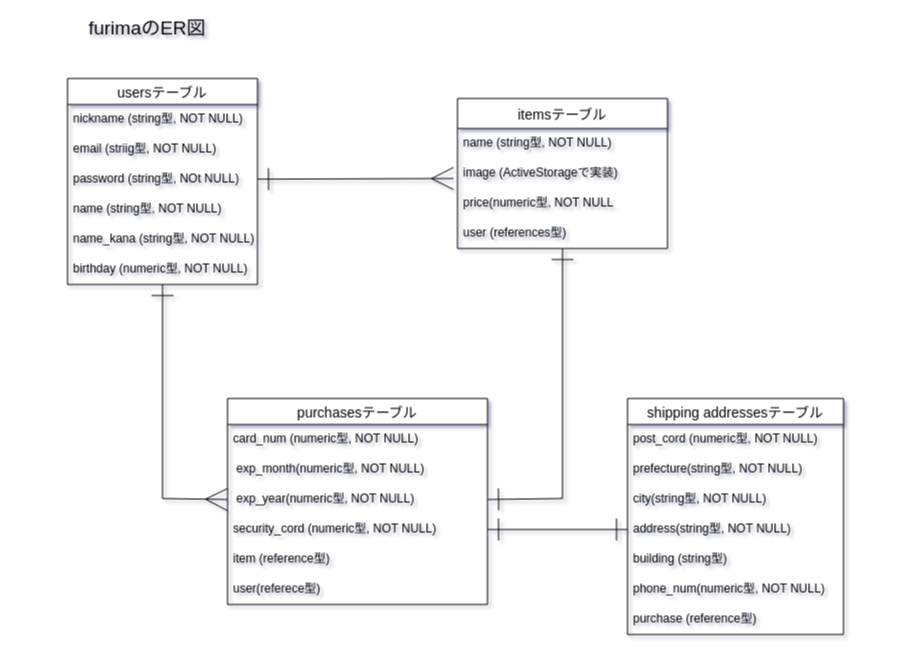
Before: ER_figure.dio in takahirohirayama/furima-34430, a draw.io diagram. Source tidied: cells renumbered, new cells numbered last; positions are measured from the earlier drawing's top-left corner, leaving out a move shared by most shapes. Both pictures are drawn from the tidied source at 100%, with x=0, y=0 at pixel (67, 18).
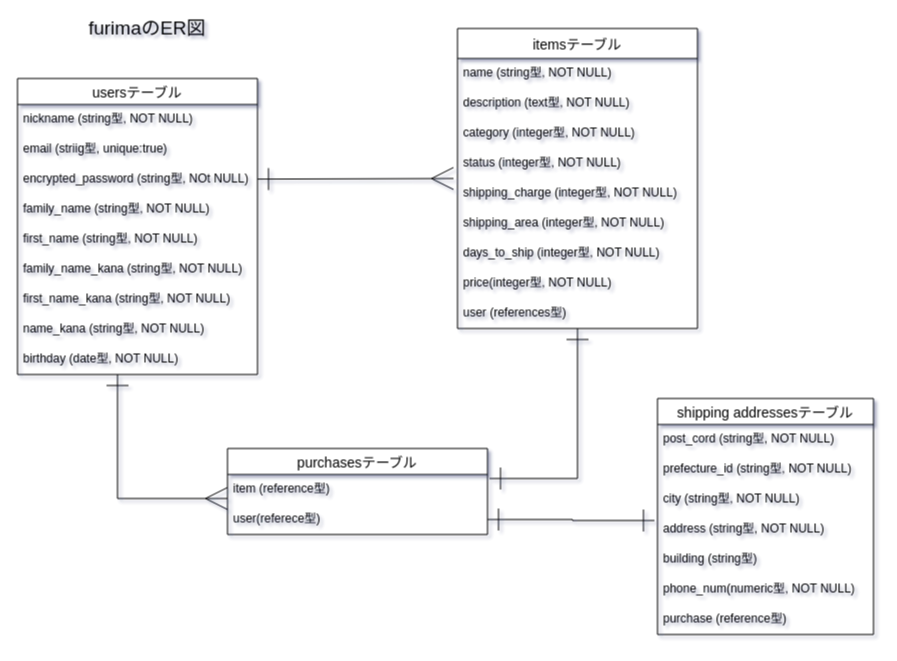
Above is the later version.

Commit message (it also covers changes not shown here):
ER図、README修正

Change to the diagram source:
```diff
@@
-    <mxCell id="2" style="edgeStyle=orthogonalEdgeStyle;rounded=0;jettySize=auto;html=1;startArrow=ERone;startFill=0;startSize=20;endArrow=ERmany;endFill=0;endSize=20;targetPerimeterSpacing=0;fontSize=19;entryX=0;entryY=0.5;entryDx=0;entryDy=0;" parent="1" edge="1" source="3" target="19">
+    <mxCell id="2" style="edgeStyle=orthogonalEdgeStyle;rounded=0;jettySize=auto;html=1;startArrow=ERone;startFill=0;startSize=20;endArrow=ERmany;endFill=0;endSize=20;targetPerimeterSpacing=0;fontSize=19;entryX=0;entryY=0.8;entryDx=0;entryDy=0;entryPerimeter=0;" parent="1" edge="1" source="3" target="21">
       <mxGeometry relative="1" as="geometry">
         <Array as="points">
-          <mxPoint x="95" y="480" />
+          <mxPoint x="50" y="480" />
         </Array>
       </mxGeometry>
     </mxCell>
     <mxCell id="3" value="usersテーブル" style="swimlane;fontStyle=0;horizontal=1;startSize=26;align=center;fontSize=14;" parent="1" vertex="1">
-      <mxGeometry y="60" width="190" height="206" as="geometry" />
+      <mxGeometry x="-50" y="60" width="240" height="296" as="geometry" />
     </mxCell>
     <mxCell id="4" value="nickname (string型, NOT NULL)" style="text;strokeColor=none;fillColor=none;spacingLeft=4;spacingRight=4;overflow=hidden;fontSize=12;" parent="3" vertex="1">
-      <mxGeometry y="26" width="190" height="30" as="geometry" />
+      <mxGeometry y="26" width="240" height="30" as="geometry" />
     </mxCell>
-    <mxCell id="5" value="email (striig型, NOT NULL)" style="text;strokeColor=none;fillColor=none;spacingLeft=4;spacingRight=4;overflow=hidden;fontSize=12;" parent="3" vertex="1">
-      <mxGeometry y="56" width="190" height="30" as="geometry" />
+    <mxCell id="5" value="email (striig型, unique:true)" style="text;strokeColor=none;fillColor=none;spacingLeft=4;spacingRight=4;overflow=hidden;fontSize=12;" parent="3" vertex="1">
+      <mxGeometry y="56" width="240" height="30" as="geometry" />
     </mxCell>
-    <mxCell id="6" value="password (string型, NOt NULL)" style="text;strokeColor=none;fillColor=none;spacingLeft=4;spacingRight=4;overflow=hidden;points=[[0,0.5],[1,0.5]];portConstraint=eastwest;fontSize=12;" parent="3" vertex="1">
-      <mxGeometry y="86" width="190" height="30" as="geometry" />
+    <mxCell id="6" value="encrypted_password (string型, NOt NULL)" style="text;strokeColor=none;fillColor=none;spacingLeft=4;spacingRight=4;overflow=hidden;points=[[0,0.5],[1,0.5]];portConstraint=eastwest;fontSize=12;" parent="3" vertex="1">
+      <mxGeometry y="86" width="240" height="30" as="geometry" />
     </mxCell>
-    <mxCell id="7" value="name (string型, NOT NULL)" style="text;strokeColor=none;fillColor=none;spacingLeft=4;spacingRight=4;overflow=hidden;fontSize=12;" parent="3" vertex="1">
-      <mxGeometry y="116" width="190" height="30" as="geometry" />
+    <mxCell id="7" value="family_name (string型, NOT NULL)" style="text;strokeColor=none;fillColor=none;spacingLeft=4;spacingRight=4;overflow=hidden;fontSize=12;" parent="3" vertex="1">
+      <mxGeometry y="116" width="240" height="30" as="geometry" />
     </mxCell>
+    <mxCell id="34" value="first_name (string型, NOT NULL)" style="text;strokeColor=none;fillColor=none;spacingLeft=4;spacingRight=4;overflow=hidden;fontSize=12;" parent="3" vertex="1">
+      <mxGeometry y="146" width="240" height="30" as="geometry" />
+    </mxCell>
+    <mxCell id="35" value="family_name_kana (string型, NOT NULL)" style="text;strokeColor=none;fillColor=none;spacingLeft=4;spacingRight=4;overflow=hidden;fontSize=12;" parent="3" vertex="1">
+      <mxGeometry y="176" width="240" height="30" as="geometry" />
+    </mxCell>
+    <mxCell id="36" value="first_name_kana (string型, NOT NULL)" style="text;strokeColor=none;fillColor=none;spacingLeft=4;spacingRight=4;overflow=hidden;fontSize=12;" parent="3" vertex="1">
+      <mxGeometry y="206" width="240" height="30" as="geometry" />
+    </mxCell>
     <mxCell id="8" value="name_kana (string型, NOT NULL)" style="text;strokeColor=none;fillColor=none;spacingLeft=4;spacingRight=4;overflow=hidden;fontSize=12;" parent="3" vertex="1">
-      <mxGeometry y="146" width="190" height="30" as="geometry" />
+      <mxGeometry y="236" width="240" height="30" as="geometry" />
     </mxCell>
-    <mxCell id="9" value="birthday (numeric型, NOT NULL)" style="text;strokeColor=none;fillColor=none;spacingLeft=4;spacingRight=4;overflow=hidden;fontSize=12;" parent="3" vertex="1">
-      <mxGeometry y="176" width="190" height="30" as="geometry" />
+    <mxCell id="9" value="birthday (date型, NOT NULL)" style="text;strokeColor=none;fillColor=none;spacingLeft=4;spacingRight=4;overflow=hidden;fontSize=12;" parent="3" vertex="1">
+      <mxGeometry y="266" width="240" height="30" as="geometry" />
     </mxCell>
-    <mxCell id="10" style="edgeStyle=orthogonalEdgeStyle;rounded=0;jettySize=auto;html=1;startArrow=ERone;startFill=0;startSize=20;endArrow=ERone;endFill=0;endSize=20;targetPerimeterSpacing=0;fontSize=19;entryX=1;entryY=0.5;entryDx=0;entryDy=0;" parent="1" edge="1" source="11" target="19">
-      <mxGeometry relative="1" as="geometry">
-        <Array as="points">
-          <mxPoint x="495" y="480" />
-          <mxPoint x="420" y="480" />
-        </Array>
-      </mxGeometry>
-    </mxCell>
+    <mxCell id="37" style="edgeStyle=orthogonalEdgeStyle;rounded=0;jettySize=auto;html=1;startArrow=ERone;startFill=0;startSize=20;endArrow=ERone;endFill=0;endSize=20;targetPerimeterSpacing=0;fontSize=19;" parent="1" edge="1" source="11">
+      <mxGeometry relative="1" as="geometry">
+        <mxPoint x="422" y="460" as="targetPoint" />
+        <Array as="points">
+          <mxPoint x="510" y="460" />
+          <mxPoint x="422" y="460" />
+        </Array>
+      </mxGeometry>
+    </mxCell>
     <mxCell id="11" value="itemsテーブル" style="swimlane;fontStyle=0;horizontal=1;startSize=30;align=center;fontSize=14;" parent="1" vertex="1">
-      <mxGeometry x="390" y="80" width="210" height="150" as="geometry" />
+      <mxGeometry x="390" y="10" width="240" height="300" as="geometry" />
     </mxCell>
     <mxCell id="12" value="name (string型, NOT NULL)" style="text;strokeColor=none;fillColor=none;spacingLeft=4;spacingRight=4;overflow=hidden;fontSize=12;" parent="11" vertex="1">
-      <mxGeometry y="30" width="210" height="30" as="geometry" />
+      <mxGeometry y="30" width="240" height="30" as="geometry" />
     </mxCell>
-    <mxCell id="13" value="image (ActiveStorageで実装)" style="text;strokeColor=none;fillColor=none;spacingLeft=4;spacingRight=4;overflow=hidden;fontSize=12;" parent="11" vertex="1">
-      <mxGeometry y="60" width="210" height="30" as="geometry" />
-    </mxCell>
+    <mxCell id="38" value="description (text型, NOT NULL)" style="text;strokeColor=none;fillColor=none;spacingLeft=4;spacingRight=4;overflow=hidden;fontSize=12;" parent="11" vertex="1">
+      <mxGeometry y="60" width="240" height="30" as="geometry" />
+    </mxCell>
-    <mxCell id="14" value="price(numeric型, NOT NULL" style="text;strokeColor=none;fillColor=none;spacingLeft=4;spacingRight=4;overflow=hidden;fontSize=12;" parent="11" vertex="1">
-      <mxGeometry y="90" width="210" height="30" as="geometry" />
+    <mxCell id="14" value="category (integer型, NOT NULL)" style="text;strokeColor=none;fillColor=none;spacingLeft=4;spacingRight=4;overflow=hidden;fontSize=12;" parent="11" vertex="1">
+      <mxGeometry y="90" width="240" height="30" as="geometry" />
     </mxCell>
+    <mxCell id="39" value="status (integer型, NOT NULL)" style="text;strokeColor=none;fillColor=none;spacingLeft=4;spacingRight=4;overflow=hidden;fontSize=12;" parent="11" vertex="1">
+      <mxGeometry y="120" width="240" height="30" as="geometry" />
+    </mxCell>
+    <mxCell id="40" value="shipping_charge (integer型, NOT NULL)" style="text;strokeColor=none;fillColor=none;spacingLeft=4;spacingRight=4;overflow=hidden;fontSize=12;" parent="11" vertex="1">
+      <mxGeometry y="150" width="240" height="30" as="geometry" />
+    </mxCell>
+    <mxCell id="41" value="shipping_area (integer型, NOT NULL)" style="text;strokeColor=none;fillColor=none;spacingLeft=4;spacingRight=4;overflow=hidden;fontSize=12;" parent="11" vertex="1">
+      <mxGeometry y="180" width="240" height="30" as="geometry" />
+    </mxCell>
+    <mxCell id="42" value="days_to_ship (integer型, NOT NULL)" style="text;strokeColor=none;fillColor=none;spacingLeft=4;spacingRight=4;overflow=hidden;fontSize=12;" parent="11" vertex="1">
+      <mxGeometry y="210" width="240" height="30" as="geometry" />
+    </mxCell>
+    <mxCell id="43" value="price(integer型, NOT NULL)" style="text;strokeColor=none;fillColor=none;spacingLeft=4;spacingRight=4;overflow=hidden;fontSize=12;" parent="11" vertex="1">
+      <mxGeometry y="240" width="240" height="30" as="geometry" />
+    </mxCell>
     <mxCell id="15" value="user (references型)" style="text;strokeColor=none;fillColor=none;spacingLeft=4;spacingRight=4;overflow=hidden;fontSize=12;" parent="11" vertex="1">
-      <mxGeometry y="120" width="210" height="30" as="geometry" />
+      <mxGeometry y="270" width="240" height="30" as="geometry" />
     </mxCell>
     <mxCell id="16" value="purchasesテーブル" style="swimlane;fontStyle=0;horizontal=1;startSize=26;align=center;fontSize=14;" parent="1" vertex="1">
-      <mxGeometry x="160" y="380" width="260" height="206" as="geometry" />
+      <mxGeometry x="160" y="430" width="260" height="86" as="geometry" />
     </mxCell>
-    <mxCell id="17" value="card_num (numeric型, NOT NULL)" style="text;strokeColor=none;fillColor=none;spacingLeft=4;spacingRight=4;overflow=hidden;fontSize=12;" parent="16" vertex="1">
-      <mxGeometry y="26" width="260" height="30" as="geometry" />
-    </mxCell>
-    <mxCell id="18" value=" exp_month(numeric型, NOT NULL)" style="text;strokeColor=none;fillColor=none;spacingLeft=4;spacingRight=4;overflow=hidden;fontSize=12;" parent="16" vertex="1">
-      <mxGeometry y="56" width="260" height="30" as="geometry" />
-    </mxCell>
-    <mxCell id="19" value=" exp_year(numeric型, NOT NULL)" style="text;strokeColor=none;fillColor=none;spacingLeft=4;spacingRight=4;overflow=hidden;points=[[0,0.5],[1,0.5]];portConstraint=eastwest;fontSize=12;" parent="16" vertex="1">
-      <mxGeometry y="86" width="260" height="30" as="geometry" />
-    </mxCell>
-    <mxCell id="20" value="security_cord (numeric型, NOT NULL)" style="text;strokeColor=none;fillColor=none;spacingLeft=4;spacingRight=4;overflow=hidden;points=[[0,0.5],[1,0.5]];portConstraint=eastwest;fontSize=12;" parent="16" vertex="1">
-      <mxGeometry y="116" width="260" height="30" as="geometry" />
-    </mxCell>
     <mxCell id="21" value="item (reference型)" style="text;strokeColor=none;fillColor=none;spacingLeft=4;spacingRight=4;overflow=hidden;points=[[0,0.5],[1,0.5]];portConstraint=eastwest;fontSize=12;" parent="16" vertex="1">
-      <mxGeometry y="146" width="260" height="30" as="geometry" />
+      <mxGeometry y="26" width="260" height="30" as="geometry" />
     </mxCell>
     <mxCell id="22" value="user(referece型)" style="text;strokeColor=none;fillColor=none;spacingLeft=4;spacingRight=4;overflow=hidden;points=[[0,0.5],[1,0.5]];portConstraint=eastwest;fontSize=12;" parent="16" vertex="1">
-      <mxGeometry y="176" width="260" height="30" as="geometry" />
+      <mxGeometry y="56" width="260" height="30" as="geometry" />
     </mxCell>
@@
+    <mxCell id="44" style="edgeStyle=orthogonalEdgeStyle;rounded=0;jettySize=auto;html=1;entryX=1;entryY=0.5;entryDx=0;entryDy=0;startArrow=ERone;startFill=0;startSize=20;endArrow=ERone;endFill=0;endSize=20;targetPerimeterSpacing=0;fontSize=19;exitX=-0.014;exitY=0.2;exitDx=0;exitDy=0;exitPerimeter=0;" parent="1" edge="1" source="28" target="22">
+      <mxGeometry relative="1" as="geometry" />
+    </mxCell>
     <mxCell id="24" value="shipping addressesテーブル" style="swimlane;fontStyle=0;horizontal=1;startSize=26;align=center;fontSize=14;" parent="1" vertex="1">
-      <mxGeometry x="560" y="380" width="216" height="236" as="geometry" />
+      <mxGeometry x="590" y="380" width="216" height="236" as="geometry" />
     </mxCell>
-    <mxCell id="25" value="post_cord (numeric型, NOT NULL)" style="text;strokeColor=none;fillColor=none;spacingLeft=4;spacingRight=4;overflow=hidden;fontSize=12;" parent="24" vertex="1">
+    <mxCell id="25" value="post_cord (string型, NOT NULL)" style="text;strokeColor=none;fillColor=none;spacingLeft=4;spacingRight=4;overflow=hidden;fontSize=12;" parent="24" vertex="1">
       <mxGeometry y="26" width="216" height="30" as="geometry" />
     </mxCell>
-    <mxCell id="26" value="prefecture(string型, NOT NULL)" style="text;strokeColor=none;fillColor=none;spacingLeft=4;spacingRight=4;overflow=hidden;fontSize=12;" parent="24" vertex="1">
+    <mxCell id="26" value="prefecture_id (string型, NOT NULL)" style="text;strokeColor=none;fillColor=none;spacingLeft=4;spacingRight=4;overflow=hidden;fontSize=12;" parent="24" vertex="1">
       <mxGeometry y="56" width="216" height="30" as="geometry" />
     </mxCell>
-    <mxCell id="27" value="city(string型, NOT NULL)" style="text;strokeColor=none;fillColor=none;spacingLeft=4;spacingRight=4;overflow=hidden;fontSize=12;" parent="24" vertex="1">
+    <mxCell id="27" value="city (string型, NOT NULL)" style="text;strokeColor=none;fillColor=none;spacingLeft=4;spacingRight=4;overflow=hidden;fontSize=12;" parent="24" vertex="1">
       <mxGeometry y="86" width="216" height="30" as="geometry" />
     </mxCell>
-    <mxCell id="28" value="address(string型, NOT NULL)" style="text;strokeColor=none;fillColor=none;spacingLeft=4;spacingRight=4;overflow=hidden;points=[[0,0.5],[1,0.5]];portConstraint=eastwest;fontSize=12;" parent="24" vertex="1">
+    <mxCell id="28" value="address (string型, NOT NULL)" style="text;strokeColor=none;fillColor=none;spacingLeft=4;spacingRight=4;overflow=hidden;points=[[0,0.5],[1,0.5]];portConstraint=eastwest;fontSize=12;" parent="24" vertex="1">
       <mxGeometry y="116" width="216" height="30" as="geometry" />
     </mxCell>
@@
-    <mxCell id="33" style="edgeStyle=orthogonalEdgeStyle;rounded=0;jettySize=auto;html=1;startArrow=ERone;startFill=0;startSize=20;endArrow=ERone;endFill=0;endSize=20;targetPerimeterSpacing=0;fontSize=19;entryX=0;entryY=0.5;entryDx=0;entryDy=0;" parent="1" edge="1" source="20" target="28">
-      <mxGeometry relative="1" as="geometry" />
-    </mxCell>
```
